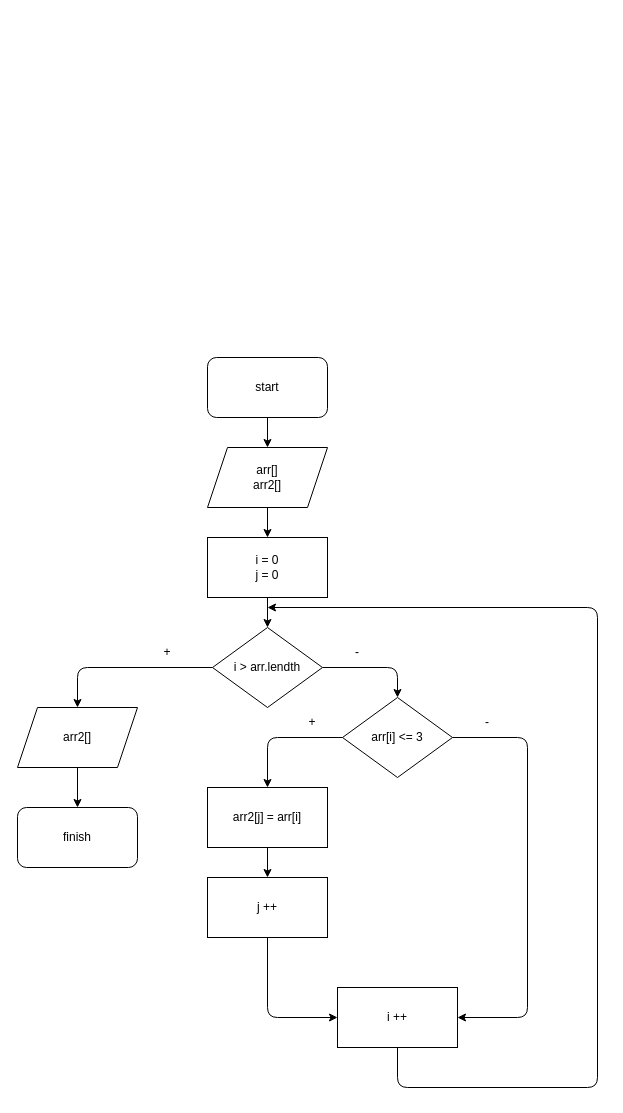
Before: algoritm.drawio in Renat123456/ResultHW, a draw.io diagram. Source tidied: cells renumbered, new cells numbered last; positions are measured from the earlier drawing's top-left corner, leaving out a move shared by most shapes. Both pictures are drawn from the tidied source at 100%, with x=0, y=0 at pixel (17, 357).
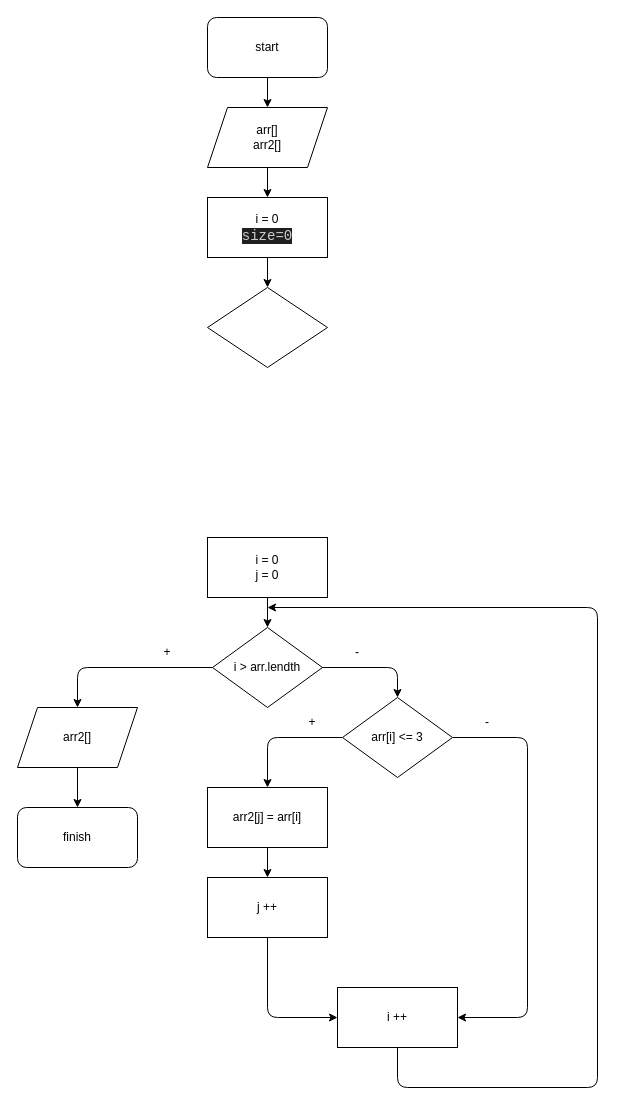
After the change.

Unchanged cells that the change refers to:
```xml
<mxCell id="7" value="i = 0&lt;br&gt;j = 0" style="rounded=0;whiteSpace=wrap;html=1;" parent="1" vertex="1">
  <mxGeometry x="190" y="180" width="120" height="60" as="geometry" />
</mxCell>
```

What changed in the source:
```diff
@@
     <mxCell id="3" value="start" style="rounded=1;whiteSpace=wrap;html=1;" parent="1" vertex="1">
-      <mxGeometry x="190" width="120" height="60" as="geometry" />
+      <mxGeometry x="190" y="-340" width="120" height="60" as="geometry" />
     </mxCell>
-    <mxCell id="4" style="edgeStyle=none;html=1;" parent="1" edge="1" source="5" target="7">
-      <mxGeometry relative="1" as="geometry" />
-    </mxCell>
+    <mxCell id="27" style="edgeStyle=none;html=1;" parent="1" edge="1" source="5" target="29">
+      <mxGeometry relative="1" as="geometry" />
+    </mxCell>
     <mxCell id="5" value="arr[]&lt;br&gt;arr2[]" style="shape=parallelogram;perimeter=parallelogramPerimeter;whiteSpace=wrap;html=1;fixedSize=1;" parent="1" vertex="1">
-      <mxGeometry x="190" y="90" width="120" height="60" as="geometry" />
+      <mxGeometry x="190" y="-250" width="120" height="60" as="geometry" />
     </mxCell>
@@
+    <mxCell id="28" style="edgeStyle=none;html=1;" parent="1" edge="1" source="29" target="30">
+      <mxGeometry relative="1" as="geometry" />
+    </mxCell>
+    <mxCell id="29" value="i = 0&lt;font face=&quot;Consolas, Courier New, monospace&quot; color=&quot;#cccccc&quot;&gt;&lt;span style=&quot;font-size: 14px; background-color: rgb(31, 31, 31);&quot;&gt;&lt;br&gt;size=0&lt;/span&gt;&lt;/font&gt;" style="rounded=0;whiteSpace=wrap;html=1;" parent="1" vertex="1">
+      <mxGeometry x="190" y="-160" width="120" height="60" as="geometry" />
+    </mxCell>
+    <mxCell id="30" style="rhombus;whiteSpace=wrap;html=1;" parent="1" vertex="1">
+      <mxGeometry x="190" y="-70" width="120" height="80" as="geometry" />
+    </mxCell>
```
